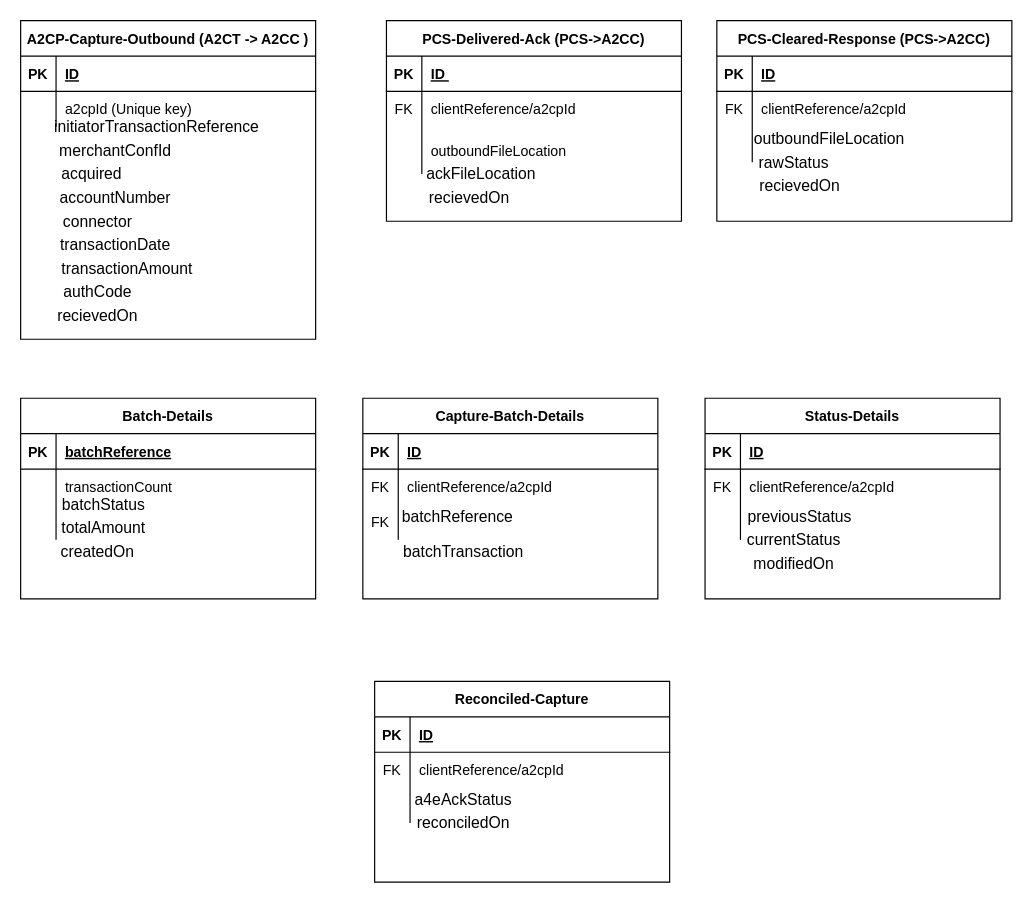
Before: Untitled Diagram.drawio in yrvlande/AngularApp, a draw.io diagram. Source tidied: cells renumbered, new cells numbered last; positions are measured from the earlier drawing's top-left corner, leaving out a move shared by most shapes. Both pictures are drawn from the tidied source at 118%, with x=0, y=0 at pixel (20, 20).
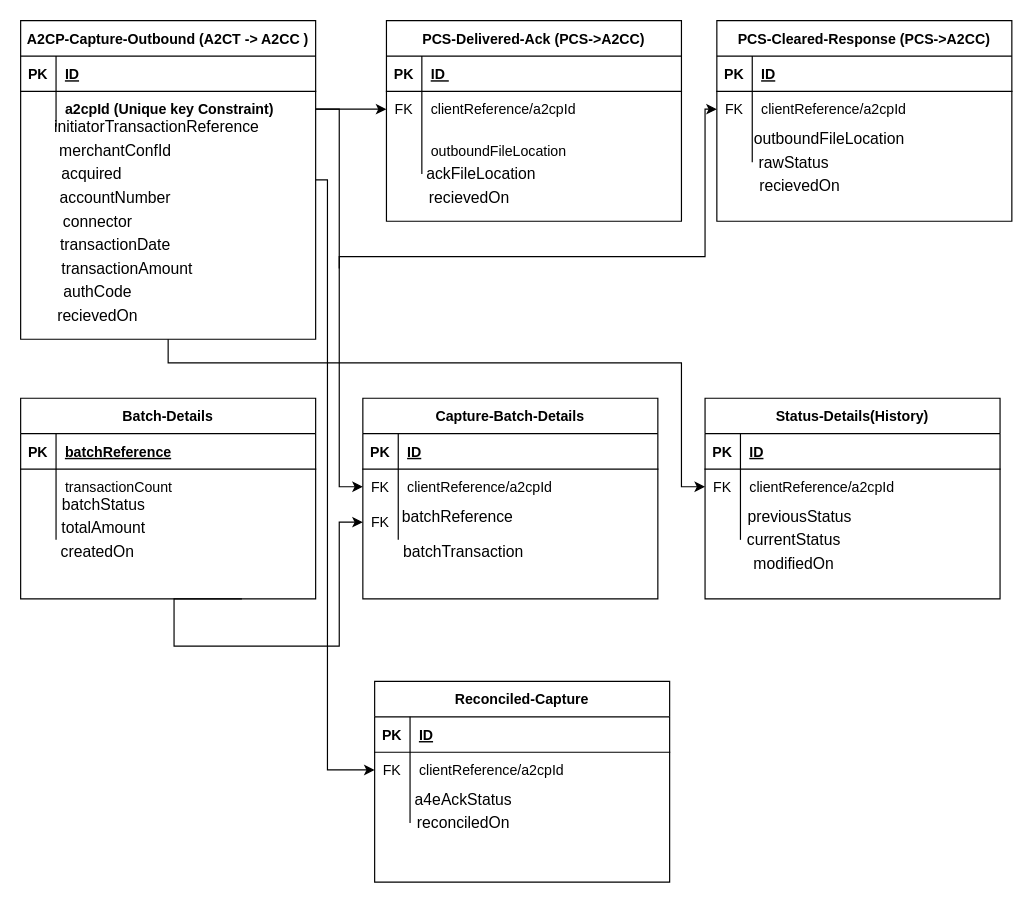
After the change.

Unchanged cells that the change refers to:
```xml
<mxCell id="16" style="shape=partialRectangle;fillColor=none;points=[[0,0.5],[1,0.5]];portConstraint=eastwest;top=0;left=0;right=0;bottom=0;" parent="12" vertex="1">
  <mxGeometry y="60" width="250" height="30" as="geometry" />
</mxCell>
<mxCell id="22" value="A2CP-Capture-Outbound (A2CT -&gt; A2CC )" style="shape=table;startSize=30;childLayout=tableLayout;rowLines=0;fontStyle=1;align=center;" parent="1" vertex="1">
  <mxGeometry width="250" height="270" as="geometry" />
</mxCell>
<mxCell id="26" style="shape=partialRectangle;fillColor=none;points=[[0,0.5],[1,0.5]];portConstraint=eastwest;top=0;left=0;right=0;bottom=0;" parent="22" vertex="1">
  <mxGeometry y="60" width="250" height="30" as="geometry" />
</mxCell>
<mxCell id="43" value="Batch-Details" style="shape=table;startSize=30;childLayout=tableLayout;rowLines=0;fontStyle=1;align=center;" parent="1" vertex="1">
  <mxGeometry y="320" width="250" height="170" as="geometry" />
</mxCell>
<mxCell id="60" style="shape=partialRectangle;fillColor=none;points=[[0,0.5],[1,0.5]];portConstraint=eastwest;top=0;left=0;right=0;bottom=0;" parent="56" vertex="1">
  <mxGeometry y="60" width="250" height="30" as="geometry" />
</mxCell>
<mxCell id="63" style="shape=partialRectangle;fillColor=none;points=[[0,0.5],[1,0.5]];portConstraint=eastwest;top=0;left=0;right=0;bottom=0;" parent="56" vertex="1">
  <mxGeometry y="90" width="250" height="30" as="geometry" />
</mxCell>
<mxCell id="72" style="shape=partialRectangle;fillColor=none;points=[[0,0.5],[1,0.5]];portConstraint=eastwest;top=0;left=0;right=0;bottom=0;" parent="68" vertex="1">
  <mxGeometry y="60" width="250" height="30" as="geometry" />
</mxCell>
<mxCell id="85" style="shape=partialRectangle;fillColor=none;points=[[0,0.5],[1,0.5]];portConstraint=eastwest;top=0;left=0;right=0;bottom=0;" parent="81" vertex="1">
  <mxGeometry y="60" width="250" height="30" as="geometry" />
</mxCell>
```

The edit, as a diff of the source:
```diff
@@
+    <mxCell id="93" style="edgeStyle=orthogonalEdgeStyle;rounded=0;jettySize=auto;html=1;entryX=0;entryY=0.5;entryDx=0;entryDy=0;" parent="1" edge="1" target="16">
+      <mxGeometry relative="1" as="geometry">
+        <mxPoint x="270" y="210" as="sourcePoint" />
+        <Array as="points">
+          <mxPoint x="270" y="200" />
+          <mxPoint x="580" y="200" />
+          <mxPoint x="580" y="75" />
+        </Array>
+      </mxGeometry>
+    </mxCell>
+    <mxCell id="94" style="edgeStyle=orthogonalEdgeStyle;rounded=0;jettySize=auto;html=1;entryX=0;entryY=0.5;entryDx=0;entryDy=0;" parent="1" edge="1" source="22" target="72">
+      <mxGeometry relative="1" as="geometry">
+        <Array as="points">
+          <mxPoint x="125" y="290" />
+          <mxPoint x="560" y="290" />
+          <mxPoint x="560" y="395" />
+        </Array>
+      </mxGeometry>
+    </mxCell>
+    <mxCell id="95" style="edgeStyle=orthogonalEdgeStyle;rounded=0;jettySize=auto;html=1;entryX=0;entryY=0.5;entryDx=0;entryDy=0;" parent="1" edge="1" source="22" target="85">
+      <mxGeometry relative="1" as="geometry">
+        <Array as="points">
+          <mxPoint x="260" y="135" />
+          <mxPoint x="260" y="635" />
+        </Array>
+      </mxGeometry>
+    </mxCell>
@@
-    <mxCell id="28" value="a2cpId (Unique key)" style="shape=partialRectangle;overflow=hidden;fillColor=none;top=0;left=0;bottom=0;right=0;align=left;spacingLeft=6;" parent="26" vertex="1">
+    <mxCell id="28" value="a2cpId (Unique key Constraint)" style="shape=partialRectangle;overflow=hidden;fillColor=none;top=0;left=0;bottom=0;right=0;align=left;spacingLeft=6;fontStyle=1;" parent="26" vertex="1">
       <mxGeometry x="30" width="220" height="30" as="geometry" />
     </mxCell>
@@
-    <mxCell id="68" value="Status-Details" style="shape=table;startSize=30;childLayout=tableLayout;rowLines=0;fontStyle=1;align=center;" parent="1" vertex="1">
+    <mxCell id="68" value="Status-Details(History)" style="shape=table;startSize=30;childLayout=tableLayout;rowLines=0;fontStyle=1;align=center;" parent="1" vertex="1">
       <mxGeometry x="580" y="320" width="250" height="170" as="geometry" />
     </mxCell>
@@
+    <mxCell id="96" style="edgeStyle=orthogonalEdgeStyle;rounded=0;jettySize=auto;html=1;entryX=0;entryY=0.5;entryDx=0;entryDy=0;" parent="1" edge="1" source="26" target="60">
+      <mxGeometry relative="1" as="geometry">
+        <Array as="points">
+          <mxPoint x="270" y="75" />
+          <mxPoint x="270" y="395" />
+        </Array>
+      </mxGeometry>
+    </mxCell>
+    <mxCell id="97" style="edgeStyle=orthogonalEdgeStyle;rounded=0;jettySize=auto;html=1;" parent="1" edge="1" source="26">
+      <mxGeometry relative="1" as="geometry">
+        <mxPoint x="310" y="75" as="targetPoint" />
+      </mxGeometry>
+    </mxCell>
+    <mxCell id="98" style="edgeStyle=orthogonalEdgeStyle;rounded=0;jettySize=auto;html=1;entryX=0;entryY=0.5;entryDx=0;entryDy=0;exitX=0.75;exitY=1;exitDx=0;exitDy=0;" parent="1" edge="1" source="43" target="63">
+      <mxGeometry relative="1" as="geometry">
+        <Array as="points">
+          <mxPoint x="130" y="490" />
+          <mxPoint x="130" y="530" />
+          <mxPoint x="270" y="530" />
+          <mxPoint x="270" y="425" />
+        </Array>
+      </mxGeometry>
+    </mxCell>
```
